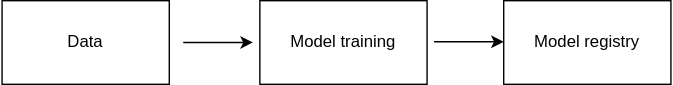
The draw.io diagram MLE.drawio.svg in gianglth10/mitb-is611-mle-group-project-test, before a commit. Source tidied: cells renumbered, new cells last; positions are measured from the earlier drawing's top-left corner, leaving out a move shared by most shapes.
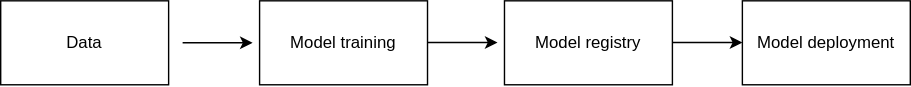
After the commit.

The edit, as a diff of the source:
```diff
@@ -14,14 +14,23 @@
     <mxCell id="4" value="Model training" style="rounded=0;whiteSpace=wrap;html=1;" parent="1" vertex="1">
       <mxGeometry x="185" width="120" height="60" as="geometry" />
     </mxCell>
-    <mxCell id="5" style="endArrow=classic;html=1;rounded=0;endFill=1;" parent="1" edge="1">
-      <mxGeometry relative="1" as="geometry">
-        <mxPoint x="310" y="29.5" as="sourcePoint" />
-        <mxPoint x="360" y="29.5" as="targetPoint" />
-      </mxGeometry>
-    </mxCell>
     <mxCell id="6" value="Model registry" style="rounded=0;whiteSpace=wrap;html=1;" parent="1" vertex="1">
       <mxGeometry x="360" width="120" height="60" as="geometry" />
     </mxCell>
+    <mxCell id="7" style="endArrow=classic;html=1;rounded=0;endFill=1;" parent="1" edge="1">
+      <mxGeometry relative="1" as="geometry">
+        <mxPoint x="305" y="29.8" as="sourcePoint" />
+        <mxPoint x="355" y="29.8" as="targetPoint" />
+      </mxGeometry>
+    </mxCell>
+    <mxCell id="8" style="endArrow=classic;html=1;rounded=0;endFill=1;" parent="1" edge="1">
+      <mxGeometry relative="1" as="geometry">
+        <mxPoint x="480" y="29.8" as="sourcePoint" />
+        <mxPoint x="530" y="29.8" as="targetPoint" />
+      </mxGeometry>
+    </mxCell>
+    <mxCell id="9" value="Model deployment" style="rounded=0;whiteSpace=wrap;html=1;" parent="1" vertex="1">
+      <mxGeometry x="530" width="120" height="60" as="geometry" />
+    </mxCell>
   </root>
 </mxGraphModel>
```
